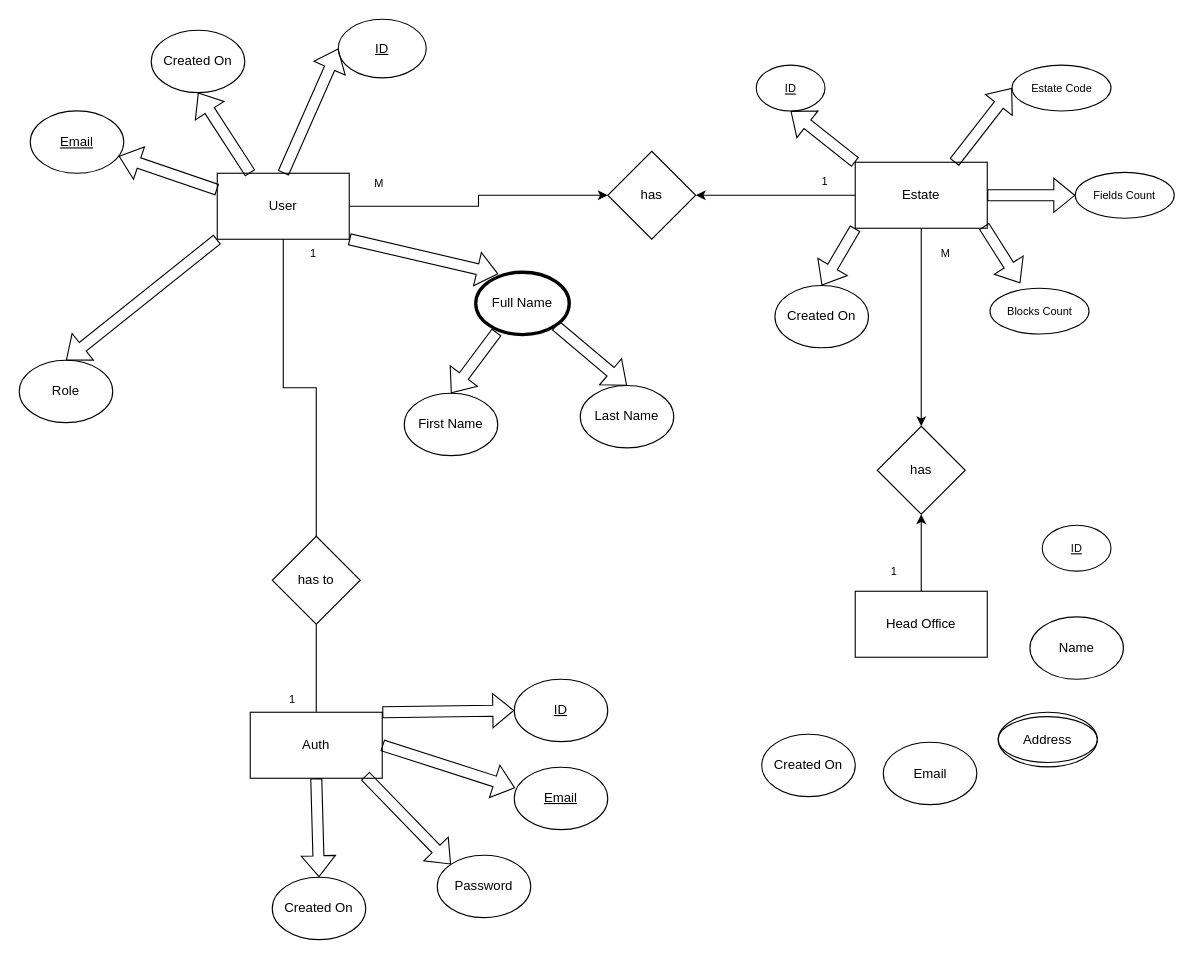
The draw.io diagram iTracker - ERD.drawio in harshawije97/iTracker, before the edit. Source tidied: cells renumbered, new cells numbered last; positions are measured from the earlier drawing's top-left corner, leaving out a move shared by most shapes. Both pictures are drawn from the tidied source at 110%, with x=0, y=0 at pixel (19, 19).
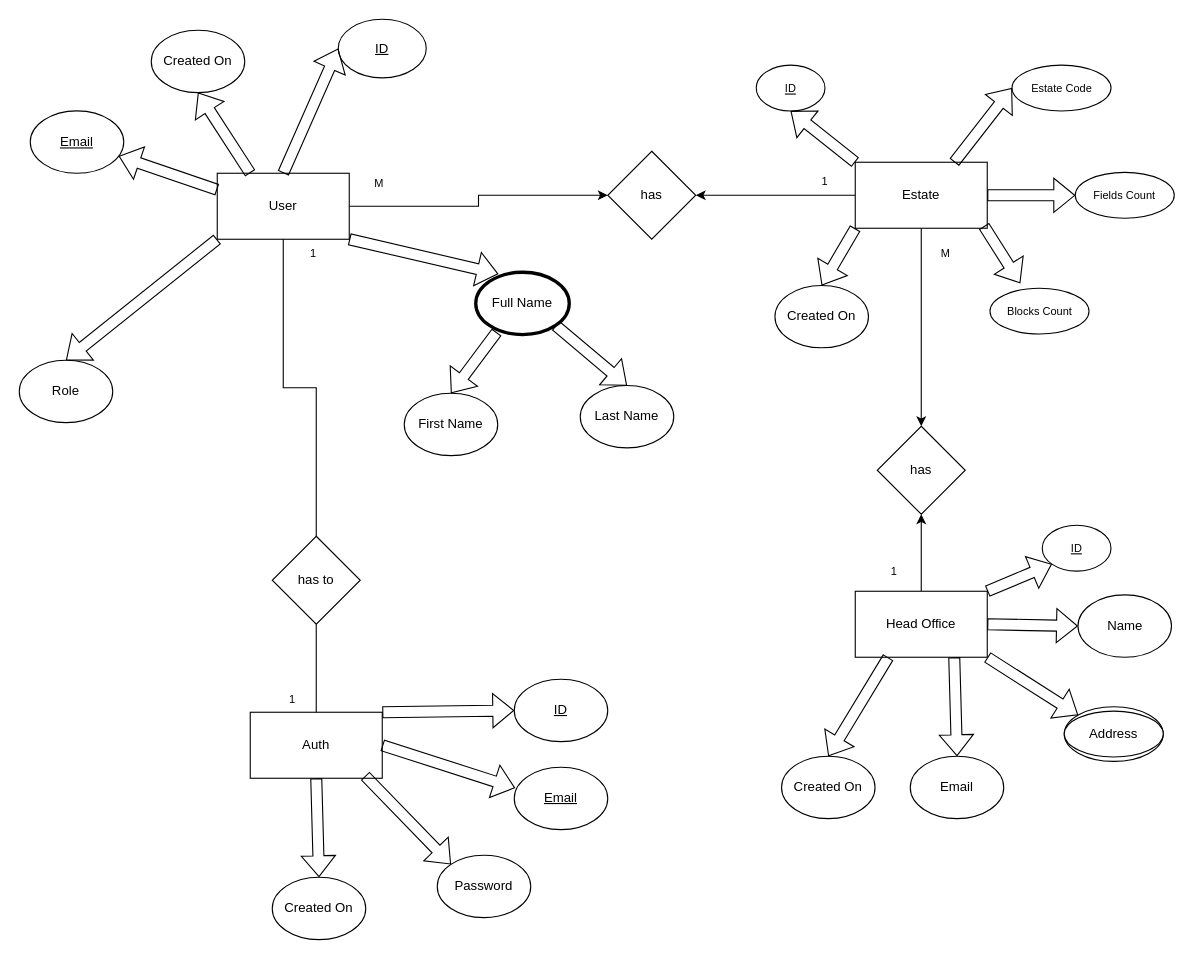
After the change.

The change refers to these unchanged cells:
```xml
<mxCell id="41" value="Head Office" style="rounded=0;whiteSpace=wrap;html=1;" parent="1" vertex="1">
  <mxGeometry x="760" y="520" width="120" height="60" as="geometry" />
</mxCell>
<mxCell id="43" value="&lt;u&gt;&lt;font style=&quot;font-size: 10px;&quot;&gt;ID&lt;/font&gt;&lt;/u&gt;" style="ellipse;whiteSpace=wrap;html=1;" parent="1" vertex="1">
  <mxGeometry x="930" y="460" width="62.5" height="41.7" as="geometry" />
</mxCell>
<mxCell id="45" style="ellipse;whiteSpace=wrap;html=1;" parent="44" vertex="1">
  <mxGeometry width="90" height="49.7" as="geometry" />
</mxCell>
```

Change to the diagram source:
```diff
@@
     <mxCell id="42" value="Email" style="ellipse;whiteSpace=wrap;html=1;" parent="1" vertex="1">
-      <mxGeometry x="785.5" y="657.3" width="85" height="56.7" as="geometry" />
+      <mxGeometry x="810" y="670" width="85" height="56.7" as="geometry" />
     </mxCell>
@@
     <mxCell id="44" style="group;" parent="1" vertex="1">
-      <mxGeometry x="890" y="630" width="90" height="49.7" as="geometry" />
+      <mxGeometry x="950" y="625" width="90" height="49.7" as="geometry" />
     </mxCell>
@@
     <mxCell id="47" value="Name" style="ellipse;whiteSpace=wrap;html=1;" parent="1" vertex="1">
-      <mxGeometry x="918.8" y="543.3" width="85" height="56.7" as="geometry" />
+      <mxGeometry x="962.5" y="523.3" width="85" height="56.7" as="geometry" />
     </mxCell>
     <mxCell id="48" value="Created On" style="ellipse;whiteSpace=wrap;html=1;" parent="1" vertex="1">
-      <mxGeometry x="675" y="650" width="85" height="56.7" as="geometry" />
+      <mxGeometry x="693" y="670" width="85" height="56.7" as="geometry" />
     </mxCell>
@@
+    <mxCell id="60" style="shape=flexArrow;endArrow=classic;html=1;rounded=0;entryX=0;entryY=1;entryDx=0;entryDy=0;exitX=1;exitY=0;exitDx=0;exitDy=0;" parent="1" edge="1" source="41" target="43">
+      <mxGeometry relative="1" as="geometry" />
+    </mxCell>
+    <mxCell id="61" style="shape=flexArrow;endArrow=classic;html=1;rounded=0;entryX=0;entryY=0.5;entryDx=0;entryDy=0;exitX=1;exitY=0.5;exitDx=0;exitDy=0;" parent="1" edge="1" source="41" target="47">
+      <mxGeometry relative="1" as="geometry" />
+    </mxCell>
+    <mxCell id="62" style="shape=flexArrow;endArrow=classic;html=1;rounded=0;entryX=0;entryY=0;entryDx=0;entryDy=0;exitX=1;exitY=1;exitDx=0;exitDy=0;" parent="1" edge="1" source="41" target="45">
+      <mxGeometry relative="1" as="geometry" />
+    </mxCell>
+    <mxCell id="63" style="shape=flexArrow;endArrow=classic;html=1;rounded=0;entryX=0.5;entryY=0;entryDx=0;entryDy=0;exitX=0.75;exitY=1;exitDx=0;exitDy=0;" parent="1" edge="1" source="41" target="42">
+      <mxGeometry relative="1" as="geometry" />
+    </mxCell>
+    <mxCell id="64" style="shape=flexArrow;endArrow=classic;html=1;rounded=0;entryX=0.5;entryY=0;entryDx=0;entryDy=0;exitX=0.25;exitY=1;exitDx=0;exitDy=0;" parent="1" edge="1" source="41" target="48">
+      <mxGeometry relative="1" as="geometry" />
+    </mxCell>
```
